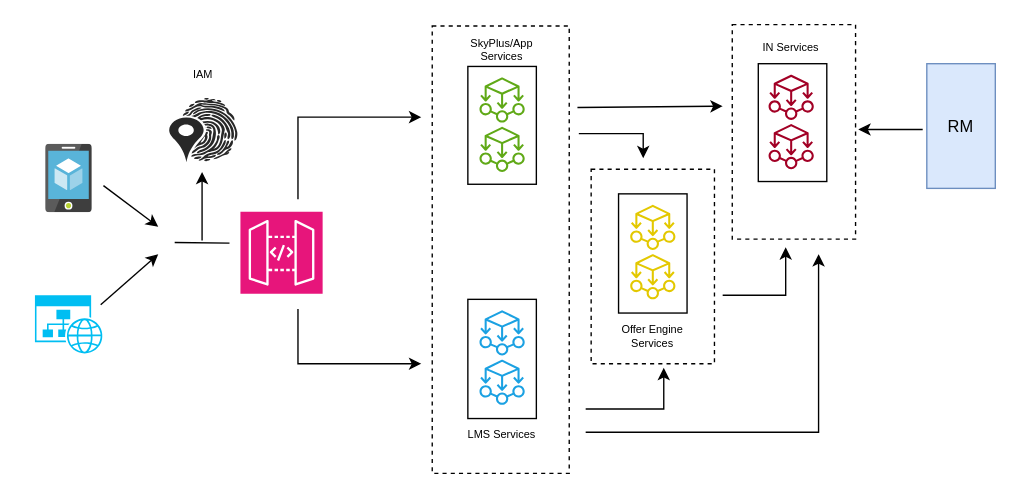
Before: Copy2 of LM.drawio in nchauhan4/drawings, a draw.io diagram. Source tidied: cells renumbered, new cells numbered last; positions are measured from the earlier drawing's top-left corner, leaving out a move shared by most shapes. Both pictures are drawn from the tidied source at 137%, with x=0, y=0 at pixel (34, 23).
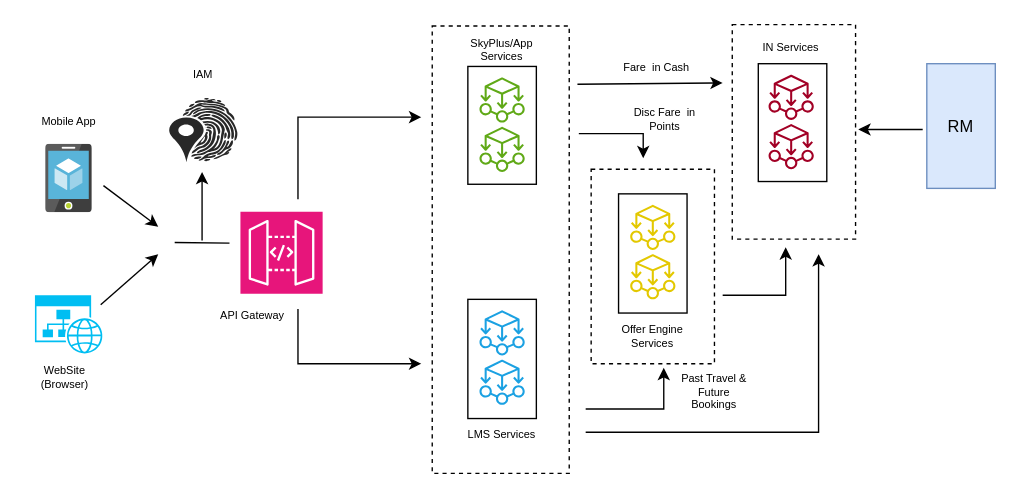
After the change.

What changed in the source:
```diff
@@
     <mxCell id="28" style="endArrow=classic;html=1;rounded=0;" parent="1" edge="1">
       <mxGeometry relative="1" as="geometry">
-        <mxPoint x="396" y="61" as="sourcePoint" />
-        <mxPoint x="502" y="60" as="targetPoint" />
+        <mxPoint x="396" y="44" as="sourcePoint" />
+        <mxPoint x="502" y="43" as="targetPoint" />
       </mxGeometry>
     </mxCell>
@@
+    <mxCell id="39" value="Mobile App" style="text;html=1;strokeColor=none;fillColor=none;align=center;verticalAlign=middle;whiteSpace=wrap;rounded=0;fontSize=8;" parent="1" vertex="1">
+      <mxGeometry x="-5" y="56" width="60" height="30" as="geometry" />
+    </mxCell>
+    <mxCell id="40" value="WebSite (Browser)" style="text;html=1;strokeColor=none;fillColor=none;align=center;verticalAlign=middle;whiteSpace=wrap;rounded=0;fontSize=8;" parent="1" vertex="1">
+      <mxGeometry x="-8" y="243" width="60" height="30" as="geometry" />
+    </mxCell>
+    <mxCell id="41" value="API Gateway" style="text;html=1;strokeColor=none;fillColor=none;align=center;verticalAlign=middle;whiteSpace=wrap;rounded=0;fontSize=8;" parent="1" vertex="1">
+      <mxGeometry x="129" y="198" width="60" height="30" as="geometry" />
+    </mxCell>
+    <mxCell id="42" value="Disc Fare&amp;nbsp; in Points" style="text;html=1;strokeColor=none;fillColor=none;align=center;verticalAlign=middle;whiteSpace=wrap;rounded=0;fontSize=8;" parent="1" vertex="1">
+      <mxGeometry x="430" y="55" width="60" height="30" as="geometry" />
+    </mxCell>
+    <mxCell id="43" value="Fare&amp;nbsp; in Cash" style="text;html=1;strokeColor=none;fillColor=none;align=center;verticalAlign=middle;whiteSpace=wrap;rounded=0;fontSize=8;" parent="1" vertex="1">
+      <mxGeometry x="424" y="17" width="60" height="30" as="geometry" />
+    </mxCell>
+    <mxCell id="44" value="Past Travel &amp;amp; Future Bookings" style="text;html=1;strokeColor=none;fillColor=none;align=center;verticalAlign=middle;whiteSpace=wrap;rounded=0;fontSize=8;" parent="1" vertex="1">
+      <mxGeometry x="466" y="254" width="60" height="30" as="geometry" />
+    </mxCell>
```
